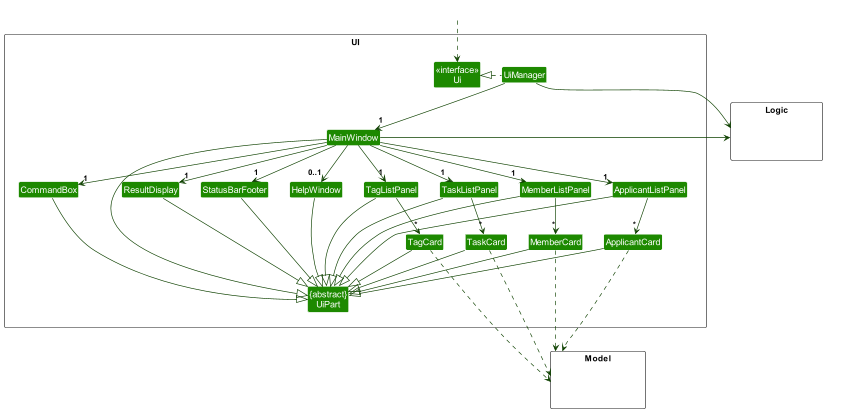
The PlantUML diagram docs/images/UiClassDiagram.png in nus-cs2103-AY2324S1/tp, before a commit.
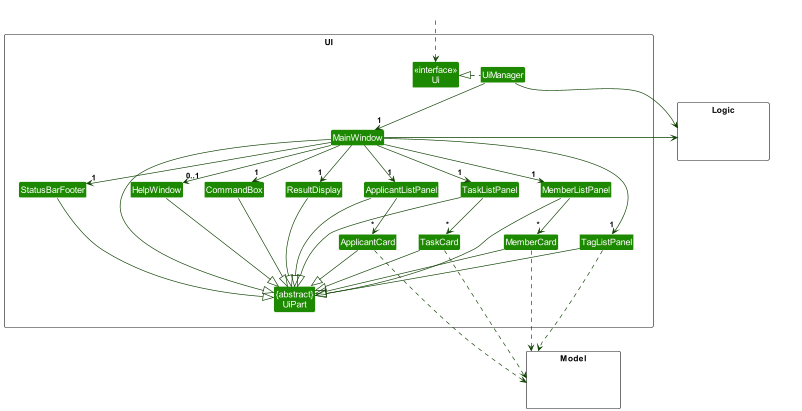
After the commit.

What changed in the source:
```diff
@@ -17,7 +17,6 @@
 Class TaskListPanel
 Class MemberCard
 Class ApplicantCard
-Class TagCard
 Class TaskCard
 Class StatusBarFooter
 Class CommandBox
@@ -47,7 +46,6 @@
 
 MemberListPanel -down-> "*" MemberCard
 ApplicantListPanel -down-> "*" ApplicantCard
-TagListPanel -down-> "*" TagCard
 TaskListPanel -down-> "*" TaskCard
 
 MainWindow -left-|> UiPart
@@ -60,14 +58,13 @@
 TaskListPanel --|> UiPart
 MemberCard --|> UiPart
 ApplicantCard --|> UiPart
-TagCard --|> UiPart
 TaskCard --|> UiPart
 StatusBarFooter --|> UiPart
 HelpWindow --|> UiPart
 
 MemberCard ..> Model
 ApplicantCard ..> Model
-TagCard ..> Model
+TagListPanel ..> Model
 TaskCard ..> Model
 
 UiManager -right--> Logic
```
